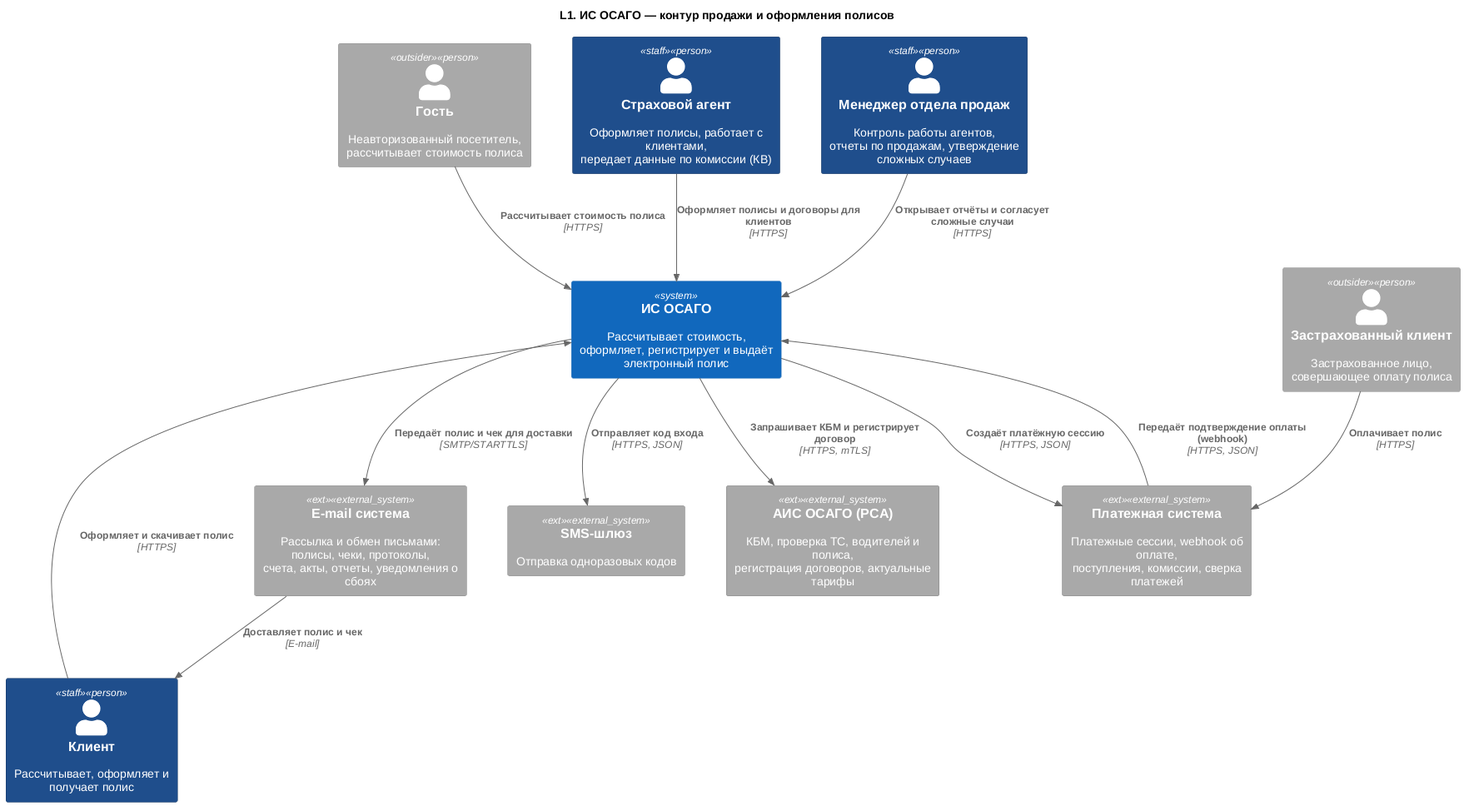
Before: architecture/docs/images/romanov_webapp/L1_context.png, a diagram exported from PlantUML (ElectricLight-ELO/Insurance-system). Its diagram source:
```plantuml
@startuml
!include ../core/C4_Context.puml
title L1. ИС ОСАГО — контур продажи и оформления полисов
Person(guest, "Гость", "Неавторизованный посетитель,\nрассчитывает стоимость полиса", $tags="outsider")
Person(client, "Клиент", "Рассчитывает, оформляет и получает полис", $tags="staff")
Person(payer, "Застрахованный клиент", "Застрахованное лицо,\nсовершающее оплату полиса", $tags="outsider")
Person(agent, "Страховой агент", "Оформляет полисы, работает с клиентами,\nпередает данные по комиссии (КВ)", $tags="staff")
Person(manager, "Менеджер отдела продаж", "Контроль работы агентов,\nотчеты по продажам, утверждение сложных случаев", $tags="staff")
System(osago, "ИС ОСАГО", "Рассчитывает стоимость, оформляет, регистрирует и выдаёт электронный полис")
System_Ext(sms_sys, "SMS-шлюз", "Отправка одноразовых кодов", $tags="ext")
System_Ext(ais_osago, "АИС ОСАГО (РСА)", "КБМ, проверка ТС, водителей и полиса,\nрегистрация договоров, актуальные тарифы", $tags="ext")
System_Ext(payment_sys, "Платежная система", "Платежные сессии, webhook об оплате,\nпоступления, комиссии, сверка платежей", $tags="ext")
System_Ext(email_sys, "E-mail система", "Рассылка и обмен письмами: полисы, чеки, протоколы,\nсчета, акты, отчеты, уведомления о сбоях", $tags="ext")
Rel(guest, osago, "Рассчитывает стоимость полиса", "HTTPS")
Rel(client, osago, "Оформляет и скачивает полис", "HTTPS")
Rel(agent, osago, "Оформляет полисы и договоры для клиентов", "HTTPS")
Rel(manager, osago, "Открывает отчёты и согласует сложные случаи", "HTTPS")
Rel(payer, payment_sys, "Оплачивает полис", "HTTPS")
Rel(osago, payment_sys, "Создаёт платёжную сессию", "HTTPS, JSON")
Rel(payment_sys, osago, "Передаёт подтверждение оплаты (webhook)", "HTTPS, JSON")
Rel(osago, ais_osago, "Запрашивает КБМ и регистрирует договор", "HTTPS, mTLS")
Rel(osago, sms_sys, "Отправляет код входа", "HTTPS, JSON")
Rel(osago, email_sys, "Передаёт полис и чек для доставки", "SMTP/STARTTLS")
Rel(email_sys, client, "Доставляет полис и чек", "E-mail")
@enduml
```
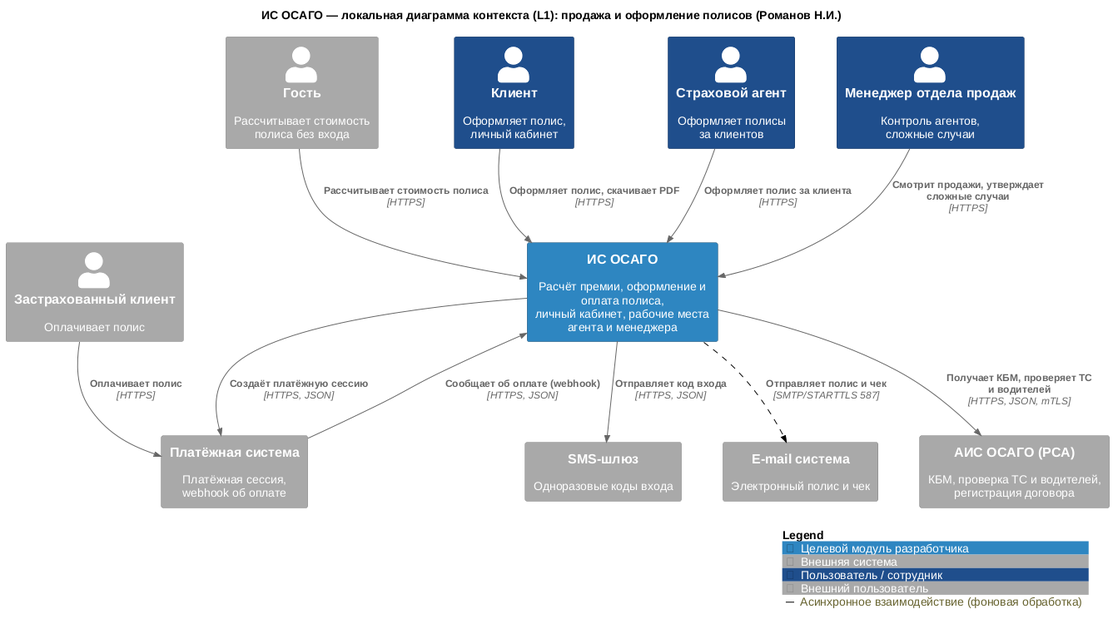
The same file after the commit.

What changed in the source:
```diff
@@ -1,25 +1,32 @@
 @startuml
 !include ../core/C4_Context.puml
-title L1. ИС ОСАГО — контур продажи и оформления полисов
-Person(guest, "Гость", "Неавторизованный посетитель,\nрассчитывает стоимость полиса", $tags="outsider")
-Person(client, "Клиент", "Рассчитывает, оформляет и получает полис", $tags="staff")
-Person(payer, "Застрахованный клиент", "Застрахованное лицо,\nсовершающее оплату полиса", $tags="outsider")
-Person(agent, "Страховой агент", "Оформляет полисы, работает с клиентами,\nпередает данные по комиссии (КВ)", $tags="staff")
-Person(manager, "Менеджер отдела продаж", "Контроль работы агентов,\nотчеты по продажам, утверждение сложных случаев", $tags="staff")
-System(osago, "ИС ОСАГО", "Рассчитывает стоимость, оформляет, регистрирует и выдаёт электронный полис")
-System_Ext(sms_sys, "SMS-шлюз", "Отправка одноразовых кодов", $tags="ext")
-System_Ext(ais_osago, "АИС ОСАГО (РСА)", "КБМ, проверка ТС, водителей и полиса,\nрегистрация договоров, актуальные тарифы", $tags="ext")
-System_Ext(payment_sys, "Платежная система", "Платежные сессии, webhook об оплате,\nпоступления, комиссии, сверка платежей", $tags="ext")
-System_Ext(email_sys, "E-mail система", "Рассылка и обмен письмами: полисы, чеки, протоколы,\nсчета, акты, отчеты, уведомления о сбоях", $tags="ext")
+
+LAYOUT_TOP_DOWN()
+title ИС ОСАГО — локальная диаграмма контекста (L1): продажа и оформление полисов (Романов Н.И.)
+
+Person(guest, "Гость", "Рассчитывает стоимость\nполиса без входа", $tags="outsider")
+Person(client, "Клиент", "Оформляет полис,\nличный кабинет", $tags="staff")
+Person(agent, "Страховой агент", "Оформляет полисы\nза клиентов", $tags="staff")
+Person(manager, "Менеджер отдела продаж", "Контроль агентов,\nсложные случаи", $tags="staff")
+Person(payer, "Застрахованный клиент", "Оплачивает полис", $tags="outsider")
+
+System(osago, "ИС ОСАГО", "Расчёт премии, оформление и\nоплата полиса,\nличный кабинет, рабочие места\nагента и менеджера", $tags="target")
+System_Ext(payment_sys, "Платёжная система", "Платёжная сессия,\nwebhook об оплате", $tags="ext")
+System_Ext(sms_sys, "SMS-шлюз", "Одноразовые коды входа", $tags="ext")
+System_Ext(email_sys, "E-mail система", "Электронный полис и чек", $tags="ext")
+System_Ext(ais_osago, "АИС ОСАГО (РСА)", "КБМ, проверка ТС и водителей,\nрегистрация договора", $tags="ext")
+
 Rel(guest, osago, "Рассчитывает стоимость полиса", "HTTPS")
-Rel(client, osago, "Оформляет и скачивает полис", "HTTPS")
-Rel(agent, osago, "Оформляет полисы и договоры для клиентов", "HTTPS")
-Rel(manager, osago, "Открывает отчёты и согласует сложные случаи", "HTTPS")
+Rel(client, osago, "Оформляет полис, скачивает PDF", "HTTPS")
+Rel(agent, osago, "Оформляет полис за клиента", "HTTPS")
+Rel(manager, osago, "Смотрит продажи, утверждает\nсложные случаи", "HTTPS")
+
 Rel(payer, payment_sys, "Оплачивает полис", "HTTPS")
 Rel(osago, payment_sys, "Создаёт платёжную сессию", "HTTPS, JSON")
-Rel(payment_sys, osago, "Передаёт подтверждение оплаты (webhook)", "HTTPS, JSON")
-Rel(osago, ais_osago, "Запрашивает КБМ и регистрирует договор", "HTTPS, mTLS")
+Rel(payment_sys, osago, "Сообщает об оплате (webhook)", "HTTPS, JSON")
 Rel(osago, sms_sys, "Отправляет код входа", "HTTPS, JSON")
-Rel(osago, email_sys, "Передаёт полис и чек для доставки", "SMTP/STARTTLS")
-Rel(email_sys, client, "Доставляет полис и чек", "E-mail")
+Rel(osago, email_sys, "Отправляет полис и чек", "SMTP/STARTTLS 587", $tags="async")
+Rel(osago, ais_osago, "Получает КБМ, проверяет ТС\nи водителей", "HTTPS, JSON, mTLS")
+
+SHOW_LEGEND()
 @enduml
```
